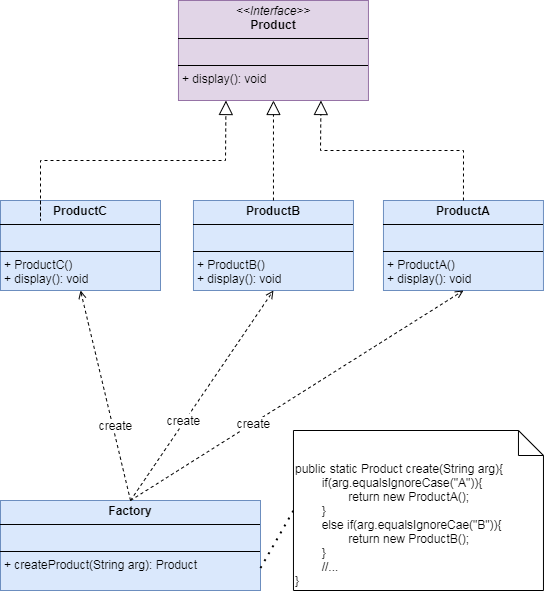
The draw.io diagram assets/pictures/design-patterns/Pattern-Simple-Factory.drawio.png in sustamp/sustamp.github.io, before a commit. Source tidied: cells renumbered, new cells last; positions are measured from the earlier drawing's top-left corner, leaving out a move shared by most shapes. The source it was exported from:
```xml
<mxGraphModel background="#FFFFFF">
  <root>
    <mxCell id="0" />
    <mxCell id="1" parent="0" />
    <mxCell id="2" value="&lt;p style=&quot;margin:0px;margin-top:4px;text-align:center;&quot;&gt;&lt;b&gt;ProductC&lt;/b&gt;&lt;/p&gt;&lt;hr size=&quot;1&quot; style=&quot;border-style:solid;&quot;&gt;&lt;p style=&quot;margin:0px;margin-left:4px;&quot;&gt;&lt;br&gt;&lt;/p&gt;&lt;hr size=&quot;1&quot; style=&quot;border-style:solid;&quot;&gt;&lt;p style=&quot;margin: 0px 0px 0px 4px;&quot;&gt;+ ProductC()&lt;/p&gt;&lt;p style=&quot;margin: 0px 0px 0px 4px;&quot;&gt;+ display(): void&lt;/p&gt;" style="verticalAlign=top;align=left;overflow=fill;html=1;whiteSpace=wrap;fillColor=#dae8fc;strokeColor=#6c8ebf;" parent="1" vertex="1">
      <mxGeometry y="200" width="160" height="90" as="geometry" />
    </mxCell>
    <mxCell id="3" value="&lt;p style=&quot;margin:0px;margin-top:4px;text-align:center;&quot;&gt;&lt;i&gt;&amp;lt;&amp;lt;Interface&amp;gt;&amp;gt;&lt;/i&gt;&lt;br&gt;&lt;b&gt;Product&lt;/b&gt;&lt;/p&gt;&lt;hr size=&quot;1&quot; style=&quot;border-style:solid;&quot;&gt;&lt;p style=&quot;margin:0px;margin-left:4px;&quot;&gt;&lt;br&gt;&lt;/p&gt;&lt;hr size=&quot;1&quot; style=&quot;border-style:solid;&quot;&gt;&lt;p style=&quot;margin:0px;margin-left:4px;&quot;&gt;+ display(): void&lt;br&gt;&lt;/p&gt;" style="verticalAlign=top;align=left;overflow=fill;html=1;whiteSpace=wrap;fillColor=#e1d5e7;strokeColor=#9673a6;" parent="1" vertex="1">
      <mxGeometry x="178" width="190" height="100" as="geometry" />
    </mxCell>
    <mxCell id="4" value="&lt;p style=&quot;margin:0px;margin-top:4px;text-align:center;&quot;&gt;&lt;b&gt;ProductB&lt;/b&gt;&lt;br&gt;&lt;/p&gt;&lt;hr size=&quot;1&quot; style=&quot;border-style:solid;&quot;&gt;&lt;p style=&quot;margin:0px;margin-left:4px;&quot;&gt;&lt;br&gt;&lt;/p&gt;&lt;hr size=&quot;1&quot; style=&quot;border-style:solid;&quot;&gt;&lt;p style=&quot;margin: 0px 0px 0px 4px;&quot;&gt;+ ProductB()&lt;/p&gt;&lt;p style=&quot;margin: 0px 0px 0px 4px;&quot;&gt;+ display(): void&lt;/p&gt;" style="verticalAlign=top;align=left;overflow=fill;html=1;whiteSpace=wrap;fillColor=#dae8fc;strokeColor=#6c8ebf;" parent="1" vertex="1">
      <mxGeometry x="193" y="200" width="160" height="90" as="geometry" />
    </mxCell>
    <mxCell id="5" value="&lt;p style=&quot;margin: 4px 0px 0px; text-align: center;&quot;&gt;&lt;b&gt;ProductA&lt;/b&gt;&lt;/p&gt;&lt;hr size=&quot;1&quot; style=&quot;border-style:solid;&quot;&gt;&lt;p style=&quot;margin:0px;margin-left:4px;&quot;&gt;&lt;br&gt;&lt;/p&gt;&lt;hr size=&quot;1&quot; style=&quot;border-style:solid;&quot;&gt;&lt;p style=&quot;margin:0px;margin-left:4px;&quot;&gt;+ ProductA()&lt;/p&gt;&lt;p style=&quot;margin:0px;margin-left:4px;&quot;&gt;+ display(): void&lt;/p&gt;" style="verticalAlign=top;align=left;overflow=fill;html=1;whiteSpace=wrap;fillColor=#dae8fc;strokeColor=#6c8ebf;" parent="1" vertex="1">
      <mxGeometry x="383" y="200" width="160" height="90" as="geometry" />
    </mxCell>
    <mxCell id="6" style="endArrow=block;dashed=1;endFill=0;endSize=12;html=1;rounded=0;entryX=0.25;entryY=1;entryDx=0;entryDy=0;exitX=0.25;exitY=0;exitDx=0;exitDy=0;" parent="1" edge="1" source="2" target="3">
      <mxGeometry relative="1" as="geometry">
        <Array as="points">
          <mxPoint x="40" y="220" />
          <mxPoint x="40" y="160" />
          <mxPoint x="225" y="160" />
        </Array>
      </mxGeometry>
    </mxCell>
    <mxCell id="7" style="endArrow=block;dashed=1;endFill=0;endSize=12;html=1;rounded=0;entryX=0.5;entryY=1;entryDx=0;entryDy=0;exitX=0.5;exitY=0;exitDx=0;exitDy=0;" parent="1" edge="1" source="4" target="3">
      <mxGeometry relative="1" as="geometry" />
    </mxCell>
    <mxCell id="8" style="endArrow=block;dashed=1;endFill=0;endSize=12;html=1;rounded=0;entryX=0.75;entryY=1;entryDx=0;entryDy=0;exitX=0.5;exitY=0;exitDx=0;exitDy=0;" parent="1" edge="1" source="5" target="3">
      <mxGeometry relative="1" as="geometry">
        <Array as="points">
          <mxPoint x="463" y="200" />
          <mxPoint x="463" y="150" />
          <mxPoint x="320" y="150" />
        </Array>
      </mxGeometry>
    </mxCell>
    <mxCell id="9" value="&lt;p style=&quot;margin: 4px 0px 0px; text-align: center;&quot;&gt;&lt;b&gt;Factory&lt;/b&gt;&lt;/p&gt;&lt;hr size=&quot;1&quot; style=&quot;border-style:solid;&quot;&gt;&lt;p style=&quot;margin:0px;margin-left:4px;&quot;&gt;&lt;br&gt;&lt;/p&gt;&lt;hr size=&quot;1&quot; style=&quot;border-style:solid;&quot;&gt;&lt;p style=&quot;margin:0px;margin-left:4px;&quot;&gt;+ createProduct(String arg): Product&lt;/p&gt;" style="verticalAlign=top;align=left;overflow=fill;html=1;whiteSpace=wrap;fillColor=#dae8fc;strokeColor=#6c8ebf;" parent="1" vertex="1">
      <mxGeometry y="500" width="260" height="90" as="geometry" />
    </mxCell>
    <mxCell id="10" style="html=1;verticalAlign=bottom;labelBackgroundColor=none;endArrow=open;endFill=0;dashed=1;rounded=0;exitX=0.5;exitY=0;exitDx=0;exitDy=0;entryX=0.5;entryY=1;entryDx=0;entryDy=0;" parent="1" edge="1" source="9" target="5">
      <mxGeometry relative="1" as="geometry" />
    </mxCell>
    <mxCell id="11" value="create" style="edgeLabel;html=1;align=center;verticalAlign=middle;" parent="10" vertex="1">
      <mxGeometry x="-0.26" relative="1" as="geometry" />
    </mxCell>
    <mxCell id="12" style="html=1;verticalAlign=bottom;labelBackgroundColor=none;endArrow=open;endFill=0;dashed=1;rounded=0;entryX=0.5;entryY=1;entryDx=0;entryDy=0;exitX=0.5;exitY=0;exitDx=0;exitDy=0;" parent="1" edge="1" source="9" target="4">
      <mxGeometry relative="1" as="geometry" />
    </mxCell>
    <mxCell id="13" value="create" style="edgeLabel;html=1;align=center;verticalAlign=middle;" parent="12" vertex="1">
      <mxGeometry x="-0.24" y="2" relative="1" as="geometry" />
    </mxCell>
    <mxCell id="14" style="html=1;verticalAlign=bottom;labelBackgroundColor=none;endArrow=open;endFill=0;dashed=1;rounded=0;exitX=0.5;exitY=0;exitDx=0;exitDy=0;entryX=0.5;entryY=1;entryDx=0;entryDy=0;" parent="1" edge="1" source="9" target="2">
      <mxGeometry relative="1" as="geometry" />
    </mxCell>
    <mxCell id="15" value="create" style="edgeLabel;html=1;align=center;verticalAlign=middle;" parent="14" vertex="1">
      <mxGeometry x="-0.29" y="-2" relative="1" as="geometry" />
    </mxCell>
    <mxCell id="16" value="public static Product create(String arg){&lt;div&gt;&lt;span style=&quot;white-space: pre;&quot;&gt;&#9;&lt;/span&gt;if(arg.equalsIgnoreCase(&quot;A&quot;)){&lt;/div&gt;&lt;div&gt;&lt;span style=&quot;white-space: pre;&quot;&gt;&#9;&lt;/span&gt;&lt;span style=&quot;white-space: pre;&quot;&gt;&#9;&lt;/span&gt;return new ProductA();&lt;br&gt;&lt;/div&gt;&lt;div&gt;&lt;span style=&quot;white-space: pre;&quot;&gt;&#9;&lt;/span&gt;}&lt;br&gt;&lt;/div&gt;&lt;div&gt;&lt;span style=&quot;white-space: pre;&quot;&gt;&#9;&lt;/span&gt;else if(arg.equalsIgnoreCae(&quot;B&quot;)){&lt;/div&gt;&lt;div&gt;&lt;span style=&quot;white-space: pre;&quot;&gt;&#9;&lt;/span&gt;&lt;span style=&quot;white-space: pre;&quot;&gt;&#9;&lt;/span&gt;return new ProductB();&lt;br&gt;&lt;/div&gt;&lt;div&gt;&lt;span style=&quot;white-space: pre;&quot;&gt;&#9;&lt;/span&gt;}&lt;br&gt;&lt;/div&gt;&lt;div&gt;&lt;span style=&quot;white-space: pre;&quot;&gt;&#9;&lt;/span&gt;//...&lt;br&gt;&lt;/div&gt;&lt;div&gt;}&lt;/div&gt;" style="shape=note2;boundedLbl=1;whiteSpace=wrap;html=1;size=25;verticalAlign=top;align=left;" parent="1" vertex="1">
      <mxGeometry x="293" y="430" width="250" height="160" as="geometry" />
    </mxCell>
    <mxCell id="17" style="endArrow=none;dashed=1;html=1;dashPattern=1 3;strokeWidth=2;rounded=0;entryX=0;entryY=0.5;entryDx=0;entryDy=0;entryPerimeter=0;exitX=1;exitY=0.75;exitDx=0;exitDy=0;" parent="1" edge="1" source="9" target="16">
      <mxGeometry relative="1" as="geometry" />
    </mxCell>
  </root>
</mxGraphModel>
```
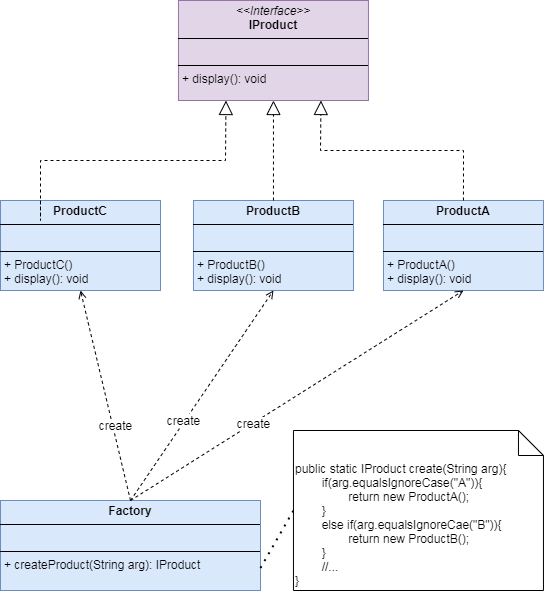
Above is the later version.

Diff of the diagram source:
```diff
@@ -5,7 +5,7 @@
     <mxCell id="2" value="&lt;p style=&quot;margin:0px;margin-top:4px;text-align:center;&quot;&gt;&lt;b&gt;ProductC&lt;/b&gt;&lt;/p&gt;&lt;hr size=&quot;1&quot; style=&quot;border-style:solid;&quot;&gt;&lt;p style=&quot;margin:0px;margin-left:4px;&quot;&gt;&lt;br&gt;&lt;/p&gt;&lt;hr size=&quot;1&quot; style=&quot;border-style:solid;&quot;&gt;&lt;p style=&quot;margin: 0px 0px 0px 4px;&quot;&gt;+ ProductC()&lt;/p&gt;&lt;p style=&quot;margin: 0px 0px 0px 4px;&quot;&gt;+ display(): void&lt;/p&gt;" style="verticalAlign=top;align=left;overflow=fill;html=1;whiteSpace=wrap;fillColor=#dae8fc;strokeColor=#6c8ebf;" parent="1" vertex="1">
       <mxGeometry y="200" width="160" height="90" as="geometry" />
     </mxCell>
-    <mxCell id="3" value="&lt;p style=&quot;margin:0px;margin-top:4px;text-align:center;&quot;&gt;&lt;i&gt;&amp;lt;&amp;lt;Interface&amp;gt;&amp;gt;&lt;/i&gt;&lt;br&gt;&lt;b&gt;Product&lt;/b&gt;&lt;/p&gt;&lt;hr size=&quot;1&quot; style=&quot;border-style:solid;&quot;&gt;&lt;p style=&quot;margin:0px;margin-left:4px;&quot;&gt;&lt;br&gt;&lt;/p&gt;&lt;hr size=&quot;1&quot; style=&quot;border-style:solid;&quot;&gt;&lt;p style=&quot;margin:0px;margin-left:4px;&quot;&gt;+ display(): void&lt;br&gt;&lt;/p&gt;" style="verticalAlign=top;align=left;overflow=fill;html=1;whiteSpace=wrap;fillColor=#e1d5e7;strokeColor=#9673a6;" parent="1" vertex="1">
+    <mxCell id="3" value="&lt;p style=&quot;margin:0px;margin-top:4px;text-align:center;&quot;&gt;&lt;i&gt;&amp;lt;&amp;lt;Interface&amp;gt;&amp;gt;&lt;/i&gt;&lt;br&gt;&lt;b&gt;IProduct&lt;/b&gt;&lt;/p&gt;&lt;hr size=&quot;1&quot; style=&quot;border-style:solid;&quot;&gt;&lt;p style=&quot;margin:0px;margin-left:4px;&quot;&gt;&lt;br&gt;&lt;/p&gt;&lt;hr size=&quot;1&quot; style=&quot;border-style:solid;&quot;&gt;&lt;p style=&quot;margin:0px;margin-left:4px;&quot;&gt;+ display(): void&lt;br&gt;&lt;/p&gt;" style="verticalAlign=top;align=left;overflow=fill;html=1;whiteSpace=wrap;fillColor=#e1d5e7;strokeColor=#9673a6;" parent="1" vertex="1">
       <mxGeometry x="178" width="190" height="100" as="geometry" />
     </mxCell>
     <mxCell id="4" value="&lt;p style=&quot;margin:0px;margin-top:4px;text-align:center;&quot;&gt;&lt;b&gt;ProductB&lt;/b&gt;&lt;br&gt;&lt;/p&gt;&lt;hr size=&quot;1&quot; style=&quot;border-style:solid;&quot;&gt;&lt;p style=&quot;margin:0px;margin-left:4px;&quot;&gt;&lt;br&gt;&lt;/p&gt;&lt;hr size=&quot;1&quot; style=&quot;border-style:solid;&quot;&gt;&lt;p style=&quot;margin: 0px 0px 0px 4px;&quot;&gt;+ ProductB()&lt;/p&gt;&lt;p style=&quot;margin: 0px 0px 0px 4px;&quot;&gt;+ display(): void&lt;/p&gt;" style="verticalAlign=top;align=left;overflow=fill;html=1;whiteSpace=wrap;fillColor=#dae8fc;strokeColor=#6c8ebf;" parent="1" vertex="1">
@@ -35,7 +35,7 @@
         </Array>
       </mxGeometry>
     </mxCell>
-    <mxCell id="9" value="&lt;p style=&quot;margin: 4px 0px 0px; text-align: center;&quot;&gt;&lt;b&gt;Factory&lt;/b&gt;&lt;/p&gt;&lt;hr size=&quot;1&quot; style=&quot;border-style:solid;&quot;&gt;&lt;p style=&quot;margin:0px;margin-left:4px;&quot;&gt;&lt;br&gt;&lt;/p&gt;&lt;hr size=&quot;1&quot; style=&quot;border-style:solid;&quot;&gt;&lt;p style=&quot;margin:0px;margin-left:4px;&quot;&gt;+ createProduct(String arg): Product&lt;/p&gt;" style="verticalAlign=top;align=left;overflow=fill;html=1;whiteSpace=wrap;fillColor=#dae8fc;strokeColor=#6c8ebf;" parent="1" vertex="1">
+    <mxCell id="9" value="&lt;p style=&quot;margin: 4px 0px 0px; text-align: center;&quot;&gt;&lt;b&gt;Factory&lt;/b&gt;&lt;/p&gt;&lt;hr size=&quot;1&quot; style=&quot;border-style:solid;&quot;&gt;&lt;p style=&quot;margin:0px;margin-left:4px;&quot;&gt;&lt;br&gt;&lt;/p&gt;&lt;hr size=&quot;1&quot; style=&quot;border-style:solid;&quot;&gt;&lt;p style=&quot;margin:0px;margin-left:4px;&quot;&gt;+ createProduct(String arg): IProduct&lt;/p&gt;" style="verticalAlign=top;align=left;overflow=fill;html=1;whiteSpace=wrap;fillColor=#dae8fc;strokeColor=#6c8ebf;" parent="1" vertex="1">
       <mxGeometry y="500" width="260" height="90" as="geometry" />
     </mxCell>
     <mxCell id="10" style="html=1;verticalAlign=bottom;labelBackgroundColor=none;endArrow=open;endFill=0;dashed=1;rounded=0;exitX=0.5;exitY=0;exitDx=0;exitDy=0;entryX=0.5;entryY=1;entryDx=0;entryDy=0;" parent="1" edge="1" source="9" target="5">
@@ -56,7 +56,7 @@
     <mxCell id="15" value="create" style="edgeLabel;html=1;align=center;verticalAlign=middle;" parent="14" vertex="1">
       <mxGeometry x="-0.29" y="-2" relative="1" as="geometry" />
     </mxCell>
-    <mxCell id="16" value="public static Product create(String arg){&lt;div&gt;&lt;span style=&quot;white-space: pre;&quot;&gt;&#9;&lt;/span&gt;if(arg.equalsIgnoreCase(&quot;A&quot;)){&lt;/div&gt;&lt;div&gt;&lt;span style=&quot;white-space: pre;&quot;&gt;&#9;&lt;/span&gt;&lt;span style=&quot;white-space: pre;&quot;&gt;&#9;&lt;/span&gt;return new ProductA();&lt;br&gt;&lt;/div&gt;&lt;div&gt;&lt;span style=&quot;white-space: pre;&quot;&gt;&#9;&lt;/span&gt;}&lt;br&gt;&lt;/div&gt;&lt;div&gt;&lt;span style=&quot;white-space: pre;&quot;&gt;&#9;&lt;/span&gt;else if(arg.equalsIgnoreCae(&quot;B&quot;)){&lt;/div&gt;&lt;div&gt;&lt;span style=&quot;white-space: pre;&quot;&gt;&#9;&lt;/span&gt;&lt;span style=&quot;white-space: pre;&quot;&gt;&#9;&lt;/span&gt;return new ProductB();&lt;br&gt;&lt;/div&gt;&lt;div&gt;&lt;span style=&quot;white-space: pre;&quot;&gt;&#9;&lt;/span&gt;}&lt;br&gt;&lt;/div&gt;&lt;div&gt;&lt;span style=&quot;white-space: pre;&quot;&gt;&#9;&lt;/span&gt;//...&lt;br&gt;&lt;/div&gt;&lt;div&gt;}&lt;/div&gt;" style="shape=note2;boundedLbl=1;whiteSpace=wrap;html=1;size=25;verticalAlign=top;align=left;" parent="1" vertex="1">
+    <mxCell id="16" value="public static IProduct create(String arg){&lt;div&gt;&lt;span style=&quot;white-space: pre;&quot;&gt;&#9;&lt;/span&gt;if(arg.equalsIgnoreCase(&quot;A&quot;)){&lt;/div&gt;&lt;div&gt;&lt;span style=&quot;white-space: pre;&quot;&gt;&#9;&lt;/span&gt;&lt;span style=&quot;white-space: pre;&quot;&gt;&#9;&lt;/span&gt;return new ProductA();&lt;br&gt;&lt;/div&gt;&lt;div&gt;&lt;span style=&quot;white-space: pre;&quot;&gt;&#9;&lt;/span&gt;}&lt;br&gt;&lt;/div&gt;&lt;div&gt;&lt;span style=&quot;white-space: pre;&quot;&gt;&#9;&lt;/span&gt;else if(arg.equalsIgnoreCae(&quot;B&quot;)){&lt;/div&gt;&lt;div&gt;&lt;span style=&quot;white-space: pre;&quot;&gt;&#9;&lt;/span&gt;&lt;span style=&quot;white-space: pre;&quot;&gt;&#9;&lt;/span&gt;return new ProductB();&lt;br&gt;&lt;/div&gt;&lt;div&gt;&lt;span style=&quot;white-space: pre;&quot;&gt;&#9;&lt;/span&gt;}&lt;br&gt;&lt;/div&gt;&lt;div&gt;&lt;span style=&quot;white-space: pre;&quot;&gt;&#9;&lt;/span&gt;//...&lt;br&gt;&lt;/div&gt;&lt;div&gt;}&lt;/div&gt;" style="shape=note2;boundedLbl=1;whiteSpace=wrap;html=1;size=25;verticalAlign=top;align=left;" parent="1" vertex="1">
       <mxGeometry x="293" y="430" width="250" height="160" as="geometry" />
     </mxCell>
     <mxCell id="17" style="endArrow=none;dashed=1;html=1;dashPattern=1 3;strokeWidth=2;rounded=0;entryX=0;entryY=0.5;entryDx=0;entryDy=0;entryPerimeter=0;exitX=1;exitY=0.75;exitDx=0;exitDy=0;" parent="1" edge="1" source="9" target="16">
```
